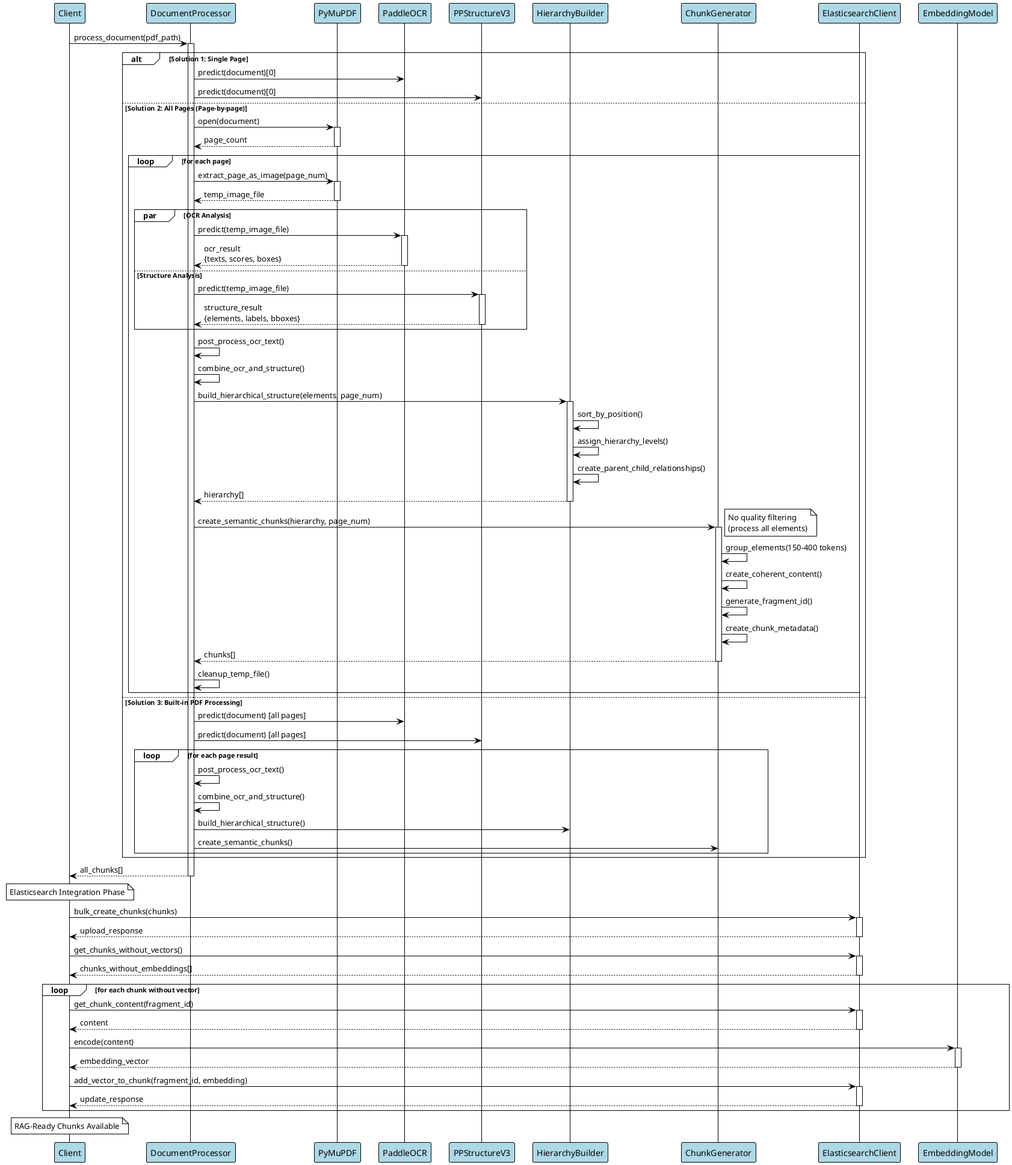
devulogi/customocr keeps this PlantUML diagram as diagrams/Enhanced Document Processor Sequence Diagram.png. Above is the earlier version.
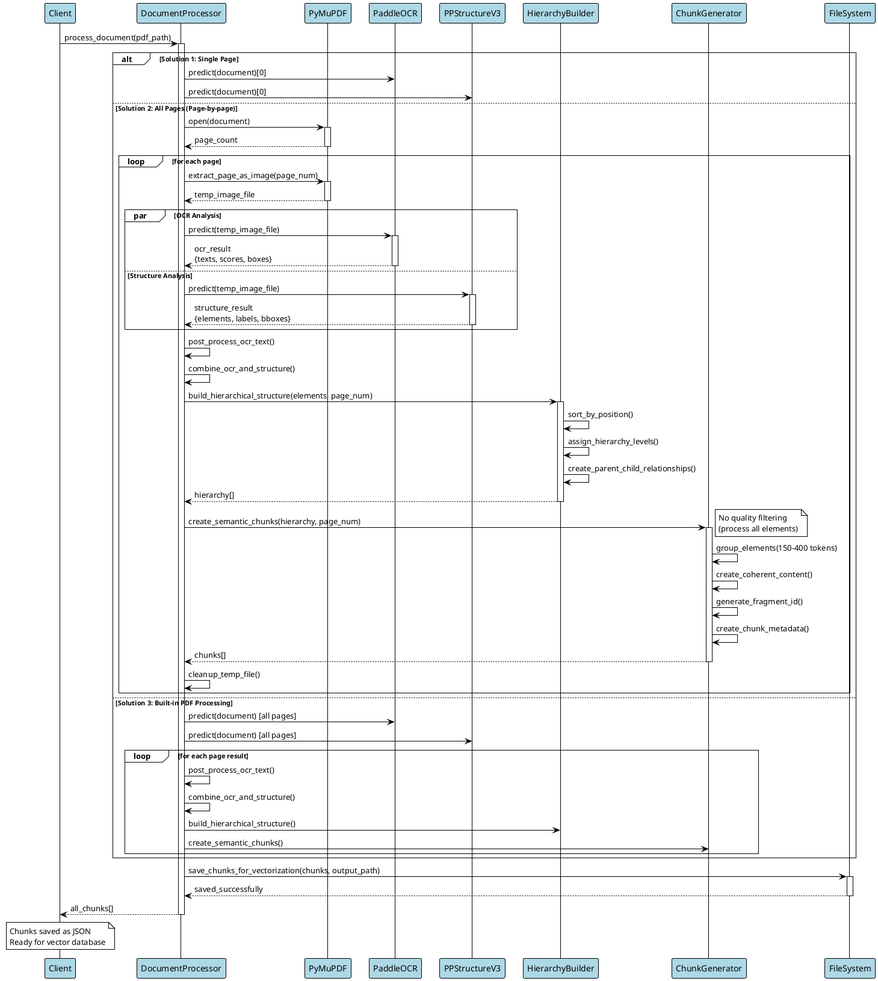
Later version of the same file.

Commit message:
docs: update diagrams to reflect final streamlined processing

Change to the diagram source:
```diff
@@ -12,8 +12,7 @@
 participant "PPStructureV3" as PS
 participant "HierarchyBuilder" as HB
 participant "ChunkGenerator" as CG
-participant "ElasticsearchClient" as ES
-participant "EmbeddingModel" as EM
+participant "FileSystem" as FS
 
 C -> DP: process_document(pdf_path)
 activate DP
@@ -80,38 +79,14 @@
     end
 end
 
+DP -> FS: save_chunks_for_vectorization(chunks, output_path)
+activate FS
+FS --> DP: saved_successfully
+deactivate FS
+
 DP --> C: all_chunks[]
 deactivate DP
 
-note over C: Elasticsearch Integration Phase
-
-C -> ES: bulk_create_chunks(chunks)
-activate ES
-ES --> C: upload_response
-deactivate ES
-
-C -> ES: get_chunks_without_vectors()
-activate ES
-ES --> C: chunks_without_embeddings[]
-deactivate ES
-
-loop for each chunk without vector
-    C -> ES: get_chunk_content(fragment_id)
-    activate ES
-    ES --> C: content
-    deactivate ES
-
-    C -> EM: encode(content)
-    activate EM
-    EM --> C: embedding_vector
-    deactivate EM
-
-    C -> ES: add_vector_to_chunk(fragment_id, embedding)
-    activate ES
-    ES --> C: update_response
-    deactivate ES
-end
-
-note over C: RAG-Ready Chunks Available
+note over C: Chunks saved as JSON\nReady for vector database
 
 @enduml
```
